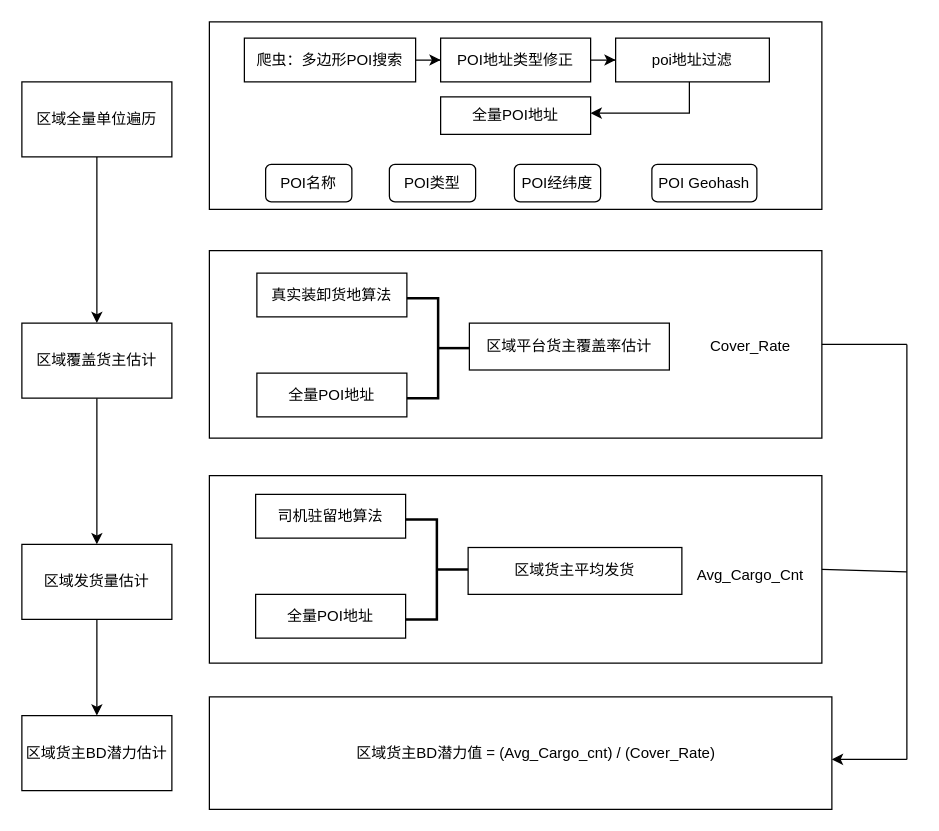
Earlier version of the draw.io diagram 未命名绘图.drawio (zhujinqiu/2021_TaiDi_C). Source tidied: cells renumbered, new cells numbered last; positions are measured from the earlier drawing's top-left corner, leaving out a move shared by most shapes. Both pictures are drawn from the tidied source at 125%, with x=0, y=0 at pixel (21, 21).
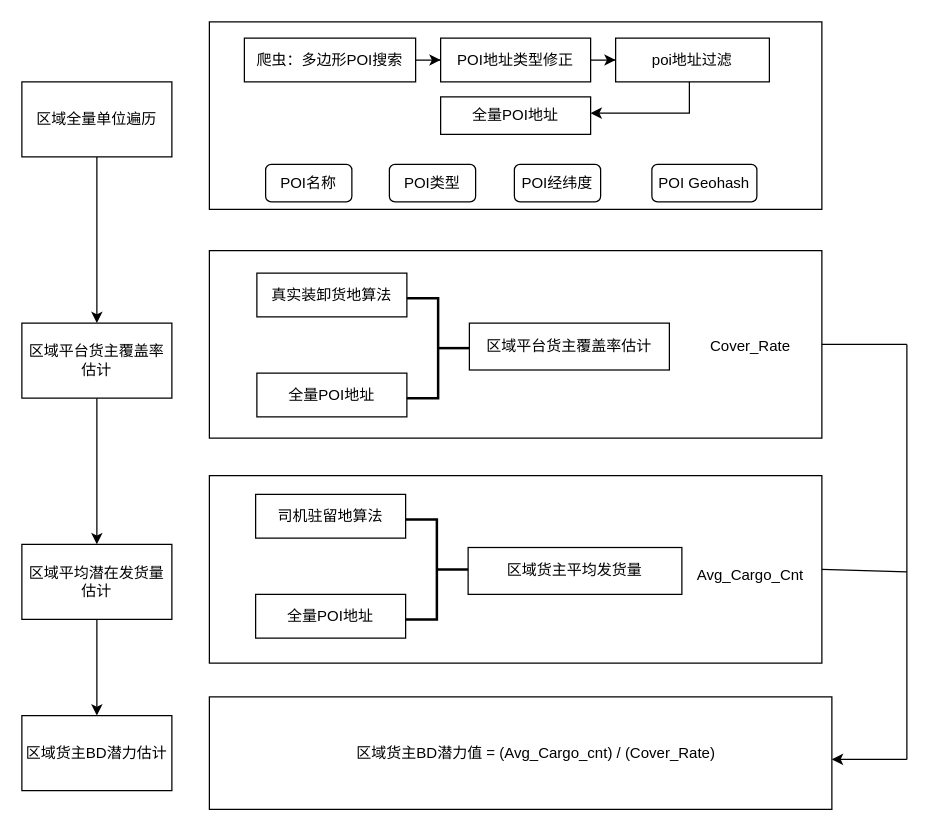
The same diagram, later.

Commit message:
更新未命名绘图.drawio

Diff of the diagram source:
```diff
@@
-    <mxCell id="5" value="区域覆盖货主估计" style="whiteSpace=wrap;html=1;" parent="1" vertex="1">
+    <mxCell id="5" value="区域平台货主覆盖率估计" style="whiteSpace=wrap;html=1;" parent="1" vertex="1">
       <mxGeometry y="241" width="120" height="60" as="geometry" />
     </mxCell>
@@
-    <mxCell id="7" value="区域发货量估计" style="whiteSpace=wrap;html=1;" parent="1" vertex="1">
+    <mxCell id="7" value="区域平均潜在发货量估计" style="whiteSpace=wrap;html=1;" parent="1" vertex="1">
       <mxGeometry y="418" width="120" height="60" as="geometry" />
     </mxCell>
@@
-    <mxCell id="29" value="区域货主平均发货" style="whiteSpace=wrap;html=1;" parent="1" vertex="1">
+    <mxCell id="29" value="区域货主平均发货量" style="whiteSpace=wrap;html=1;" parent="1" vertex="1">
       <mxGeometry x="357" y="420.5" width="171" height="37.5" as="geometry" />
     </mxCell>
```
